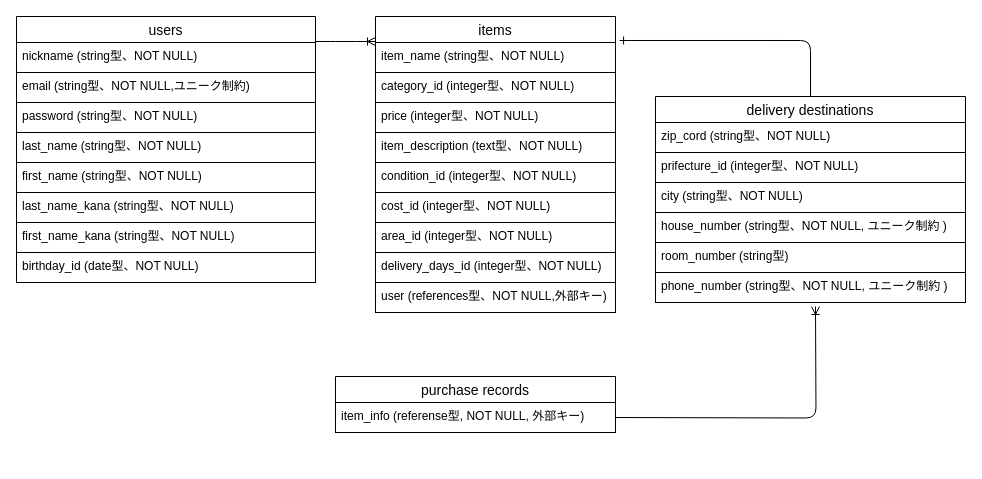
This is fruima_ER.dio from sorairo580/furima-39405, a draw.io file, before an edit. Source tidied: cells renumbered, new cells numbered last; positions are measured from the earlier drawing's top-left corner, leaving out a move shared by most shapes. Both pictures are drawn from the tidied source at 100%, with x=0, y=0 at pixel (16, 16).
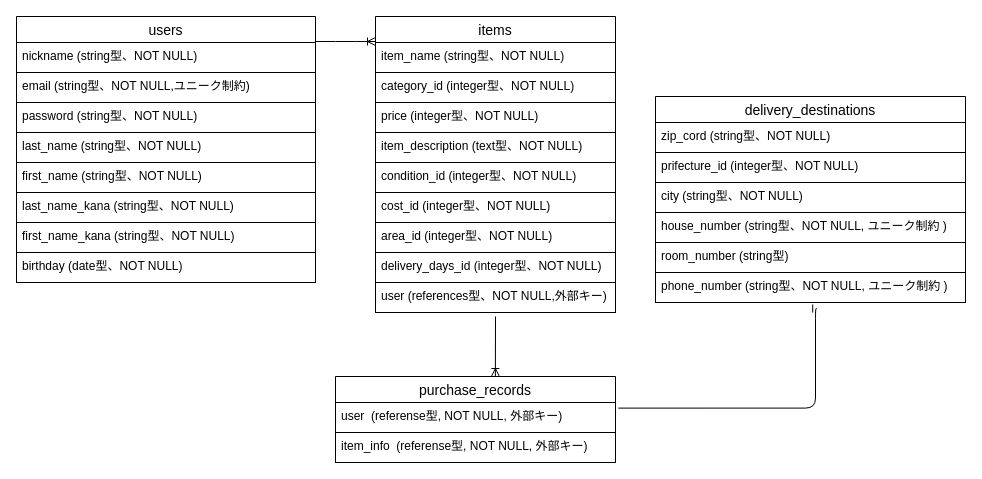
The same diagram, later.

The change refers to these unchanged cells:
```xml
<mxCell id="2" value="users" style="swimlane;fontStyle=0;horizontal=1;startSize=26;align=center;fontSize=14;strokeColor=#000000;" parent="1" vertex="1">
  <mxGeometry width="299" height="266" as="geometry" />
</mxCell>
<mxCell id="13" value="item_name (string型、NOT NULL)" style="text;strokeColor=#000000;fillColor=none;spacingLeft=4;spacingRight=4;overflow=hidden;points=[[0,0.5],[1,0.5]];portConstraint=eastwest;fontSize=12;" parent="12" vertex="1">
  <mxGeometry y="26" width="240" height="30" as="geometry" />
</mxCell>
<mxCell id="21" value="user (references型、NOT NULL,外部キー)" style="text;strokeColor=#000000;fillColor=none;spacingLeft=4;spacingRight=4;overflow=hidden;points=[[0,0.5],[1,0.5]];portConstraint=eastwest;fontSize=12;" parent="12" vertex="1">
  <mxGeometry y="266" width="240" height="30" as="geometry" />
</mxCell>
<mxCell id="31" value="phone_number (string型、NOT NULL, ユニーク制約 )" style="text;strokeColor=#000000;fillColor=none;spacingLeft=4;spacingRight=4;overflow=hidden;points=[[0,0.5],[1,0.5]];portConstraint=eastwest;fontSize=12;" parent="25" vertex="1">
  <mxGeometry y="176" width="310" height="30" as="geometry" />
</mxCell>
```

Change to the diagram source:
```diff
@@
-    <mxCell id="10" value="birthday_id (date型、NOT NULL)" style="text;strokeColor=#000000;fillColor=none;spacingLeft=4;spacingRight=4;overflow=hidden;fontSize=12;" parent="2" vertex="1">
+    <mxCell id="10" value="birthday (date型、NOT NULL)" style="text;strokeColor=#000000;fillColor=none;spacingLeft=4;spacingRight=4;overflow=hidden;fontSize=12;" parent="2" vertex="1">
       <mxGeometry y="236" width="299" height="30" as="geometry" />
     </mxCell>
@@
-    <mxCell id="22" value="purchase records" style="swimlane;fontStyle=0;horizontal=1;startSize=26;align=center;fontSize=14;strokeColor=#000000;" parent="1" vertex="1">
-      <mxGeometry x="319" y="360" width="280" height="56" as="geometry" />
+    <mxCell id="22" value="purchase_records" style="swimlane;fontStyle=0;horizontal=1;startSize=26;align=center;fontSize=14;strokeColor=#000000;" parent="1" vertex="1">
+      <mxGeometry x="319" y="360" width="280" height="86" as="geometry" />
     </mxCell>
-    <mxCell id="23" value="item_info (referense型, NOT NULL, 外部キー)&#10;" style="text;strokeColor=#000000;fillColor=none;spacingLeft=4;spacingRight=4;overflow=hidden;points=[[0,0.5],[1,0.5]];portConstraint=eastwest;fontSize=12;" parent="22" vertex="1">
+    <mxCell id="23" value="user  (referense型, NOT NULL, 外部キー)&#10;" style="text;strokeColor=#000000;fillColor=none;spacingLeft=4;spacingRight=4;overflow=hidden;points=[[0,0.5],[1,0.5]];portConstraint=eastwest;fontSize=12;" parent="22" vertex="1">
       <mxGeometry y="26" width="280" height="30" as="geometry" />
     </mxCell>
-    <mxCell id="24" style="edgeStyle=orthogonalEdgeStyle;fontSize=12;html=1;endArrow=ERone;endFill=1;exitX=0.5;exitY=0;exitDx=0;exitDy=0;entryX=1.017;entryY=-0.067;entryDx=0;entryDy=0;entryPerimeter=0;strokeColor=#000000;" parent="1" edge="1" source="25" target="13">
-      <mxGeometry relative="1" as="geometry" />
-    </mxCell>
+    <mxCell id="33" value="item_info  (referense型, NOT NULL, 外部キー)&#10;" style="text;strokeColor=#000000;fillColor=none;spacingLeft=4;spacingRight=4;overflow=hidden;fontSize=12;" parent="22" vertex="1">
+      <mxGeometry y="56" width="280" height="30" as="geometry" />
+    </mxCell>
-    <mxCell id="25" value="delivery destinations" style="swimlane;fontStyle=0;horizontal=1;startSize=26;align=center;fontSize=14;strokeColor=#000000;" parent="1" vertex="1">
+    <mxCell id="25" value="delivery_destinations" style="swimlane;fontStyle=0;horizontal=1;startSize=26;align=center;fontSize=14;strokeColor=#000000;" parent="1" vertex="1">
       <mxGeometry x="639" y="80" width="310" height="206" as="geometry" />
     </mxCell>
@@
-    <mxCell id="32" style="edgeStyle=orthogonalEdgeStyle;fontSize=15;html=1;endArrow=ERoneToMany;strokeColor=#000000;exitX=1;exitY=0.5;exitDx=0;exitDy=0;" parent="1" edge="1">
-      <mxGeometry relative="1" as="geometry">
-        <mxPoint x="599" y="401" as="sourcePoint" />
-        <mxPoint x="799" y="290" as="targetPoint" />
-      </mxGeometry>
-    </mxCell>
+    <mxCell id="34" style="fontSize=15;html=1;endArrow=ERoneToMany;strokeColor=#000000;exitX=0.5;exitY=1.133;exitDx=0;exitDy=0;exitPerimeter=0;entryX=0.571;entryY=0;entryDx=0;entryDy=0;entryPerimeter=0;" parent="1" edge="1" source="21" target="22">
+      <mxGeometry relative="1" as="geometry" />
+    </mxCell>
+    <mxCell id="35" style="edgeStyle=orthogonalEdgeStyle;fontSize=12;html=1;endArrow=ERone;endFill=1;exitX=1.01;exitY=0.187;exitDx=0;exitDy=0;strokeColor=#000000;exitPerimeter=0;entryX=0.52;entryY=1.2;entryDx=0;entryDy=0;entryPerimeter=0;" parent="1" edge="1" source="23" target="31">
+      <mxGeometry relative="1" as="geometry">
+        <Array as="points">
+          <mxPoint x="799" y="392" />
+          <mxPoint x="799" y="292" />
+        </Array>
+      </mxGeometry>
+    </mxCell>
```
